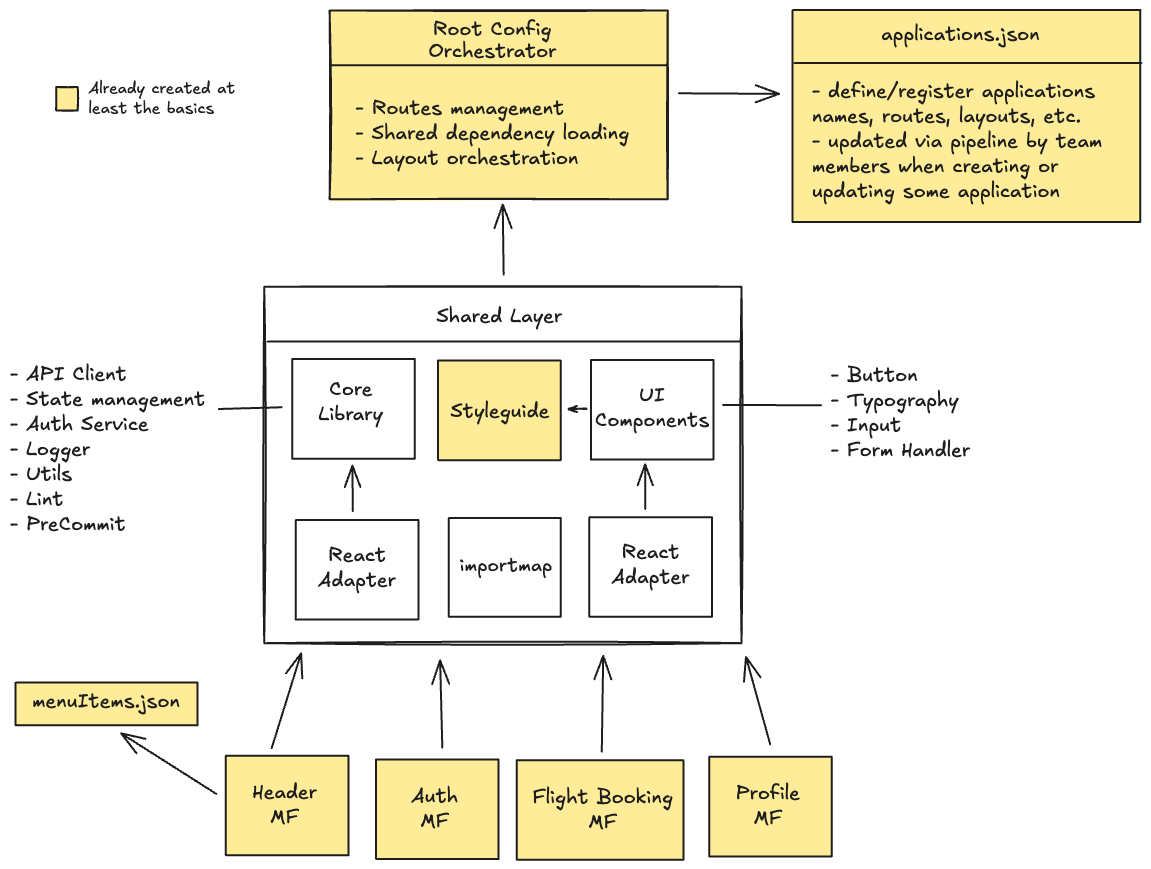
skymfe/.github keeps this Excalidraw diagram as profile/project-architecture.excalidraw.png. Above is the earlier version. Source tidied: one line per element, renumbered; positions are measured from the earlier drawing's top-left corner, leaving out a move shared by most shapes.
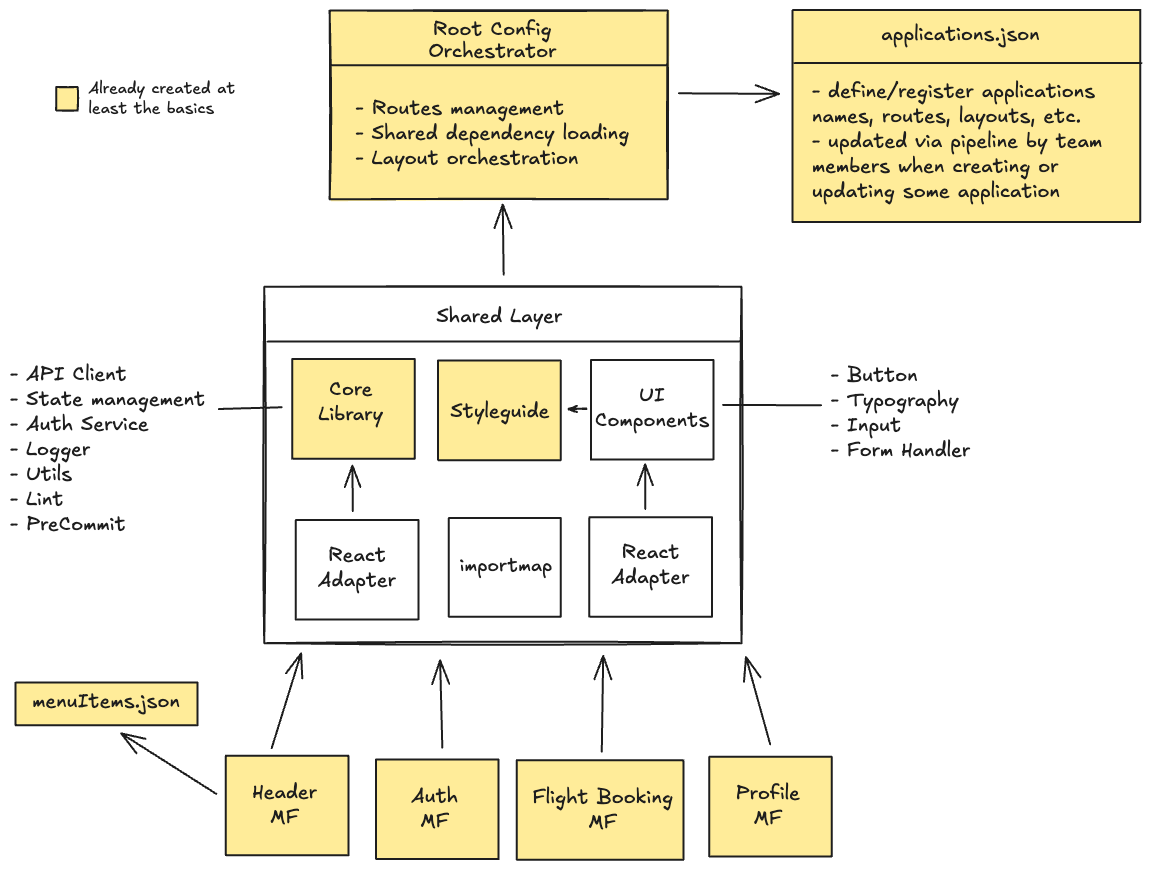
After the change.

Commit message:
docs: update shared layer working progress

What changed in the source:
```diff
@@ -23,8 +23,8 @@
 {"id": 22, "type": "arrow", "strokeColor": "#1e1e1e", "strokeWidth": 2, "roughness": 0, "endArrowhead": "arrow", "round": true, "from": 16, "to": 5, "x": 592, "y": 742, "width": 1, "height": 96, "points": [[0, 0], [1, -96]]}
 {"id": 23, "type": "arrow", "strokeColor": "#1e1e1e", "strokeWidth": 2, "roughness": 0, "endArrowhead": "arrow", "round": true, "from": 18, "to": 5, "x": 760, "y": 734, "width": 24, "height": 87, "points": [[0, 0], [-24, -87]]}
 {"id": 24, "type": "arrow", "strokeColor": "#1e1e1e", "strokeWidth": 2, "roughness": 0, "endArrowhead": "arrow", "round": true, "from": 5, "to": 0, "x": 494, "y": 265, "width": 1, "height": 70, "points": [[0, 0], [-1, -70]]}
-{"id": 25, "type": "rectangle", "strokeColor": "#1e1e1e", "strokeWidth": 2, "roughness": 0, "x": 282, "y": 349, "width": 123, "height": 100}
+{"id": 25, "type": "rectangle", "strokeColor": "#1e1e1e", "backgroundColor": "#ffec99", "fillStyle": "solid", "strokeWidth": 2, "roughness": 0, "x": 282, "y": 349, "width": 123, "height": 100}
-{"id": 26, "type": "text", "text": "Core\nLibrary", "strokeColor": "#1e1e1e", "strokeWidth": 2, "roughness": 0, "fontSize": 20, "fontFamily": 5, "textAlign": "center", "x": 309, "y": 367, "width": 65, "height": 50}
+{"id": 26, "type": "text", "text": "Core\nLibrary", "strokeColor": "#1e1e1e", "backgroundColor": "#ffec99", "fillStyle": "solid", "strokeWidth": 2, "roughness": 0, "fontSize": 20, "fontFamily": 5, "textAlign": "center", "x": 309, "y": 367, "width": 65, "height": 50}
 {"id": 27, "type": "rectangle", "strokeColor": "#1e1e1e", "strokeWidth": 2, "roughness": 0, "x": 286, "y": 510, "width": 123, "height": 100}
 {"id": 28, "type": "text", "text": "React\nAdapter", "strokeColor": "#1e1e1e", "strokeWidth": 2, "roughness": 0, "fontSize": 20, "fontFamily": 5, "textAlign": "center", "x": 308, "y": 533, "width": 78, "height": 50}
 {"id": 29, "type": "arrow", "strokeColor": "#1e1e1e", "strokeWidth": 2, "roughness": 0, "endArrowhead": "arrow", "round": true, "from": 27, "to": 25, "x": 343, "y": 501, "width": 0, "height": 46, "points": [[0, 0], [0, -46]]}
```
